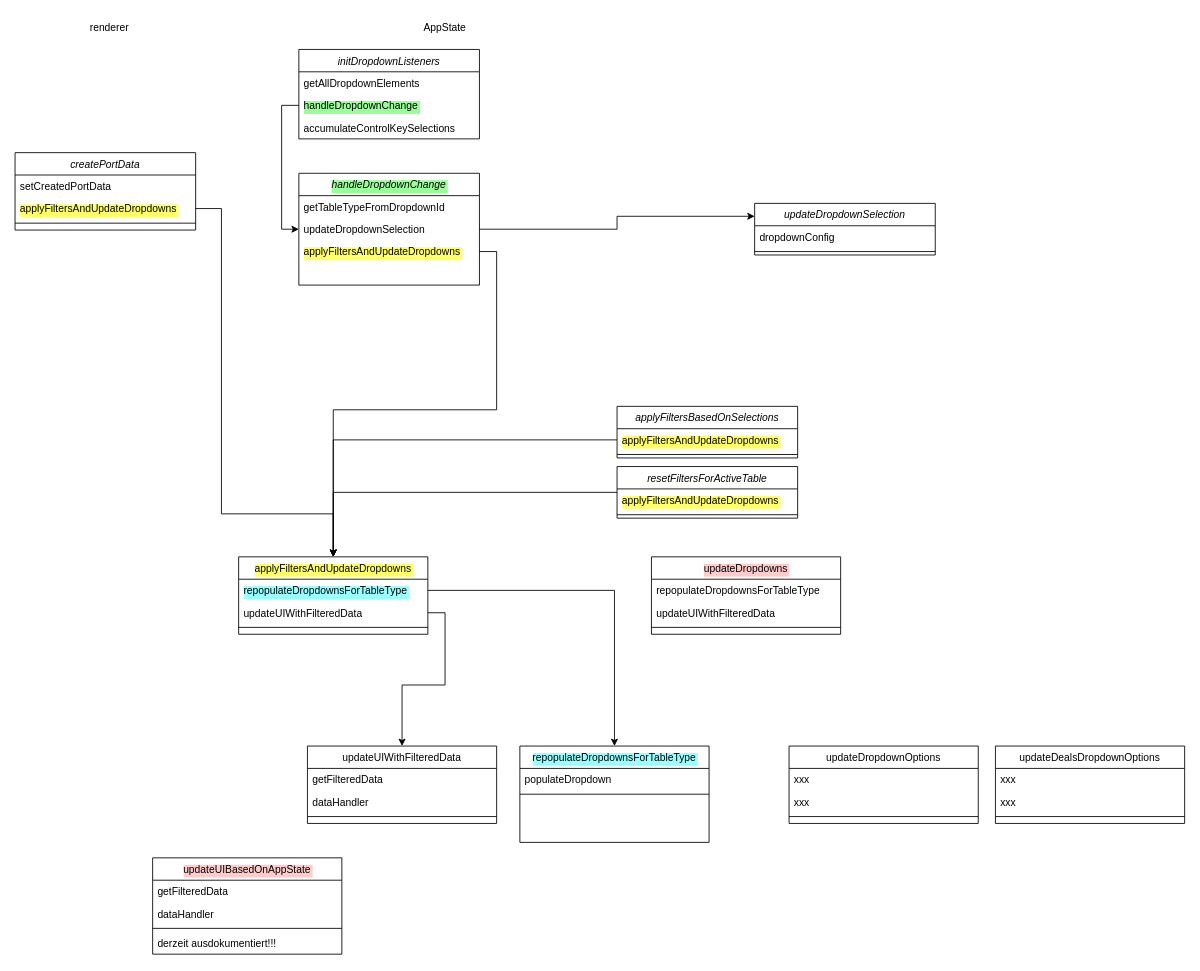
Earlier version of the draw.io diagram images/Unbenanntes Diagramm.drawio (ORE01/Dashboard). Source tidied: cells renumbered, new cells numbered last; positions are measured from the earlier drawing's top-left corner, leaving out a move shared by most shapes. Both pictures are drawn from the tidied source at 86%, with x=0, y=0 at pixel (15, 15).
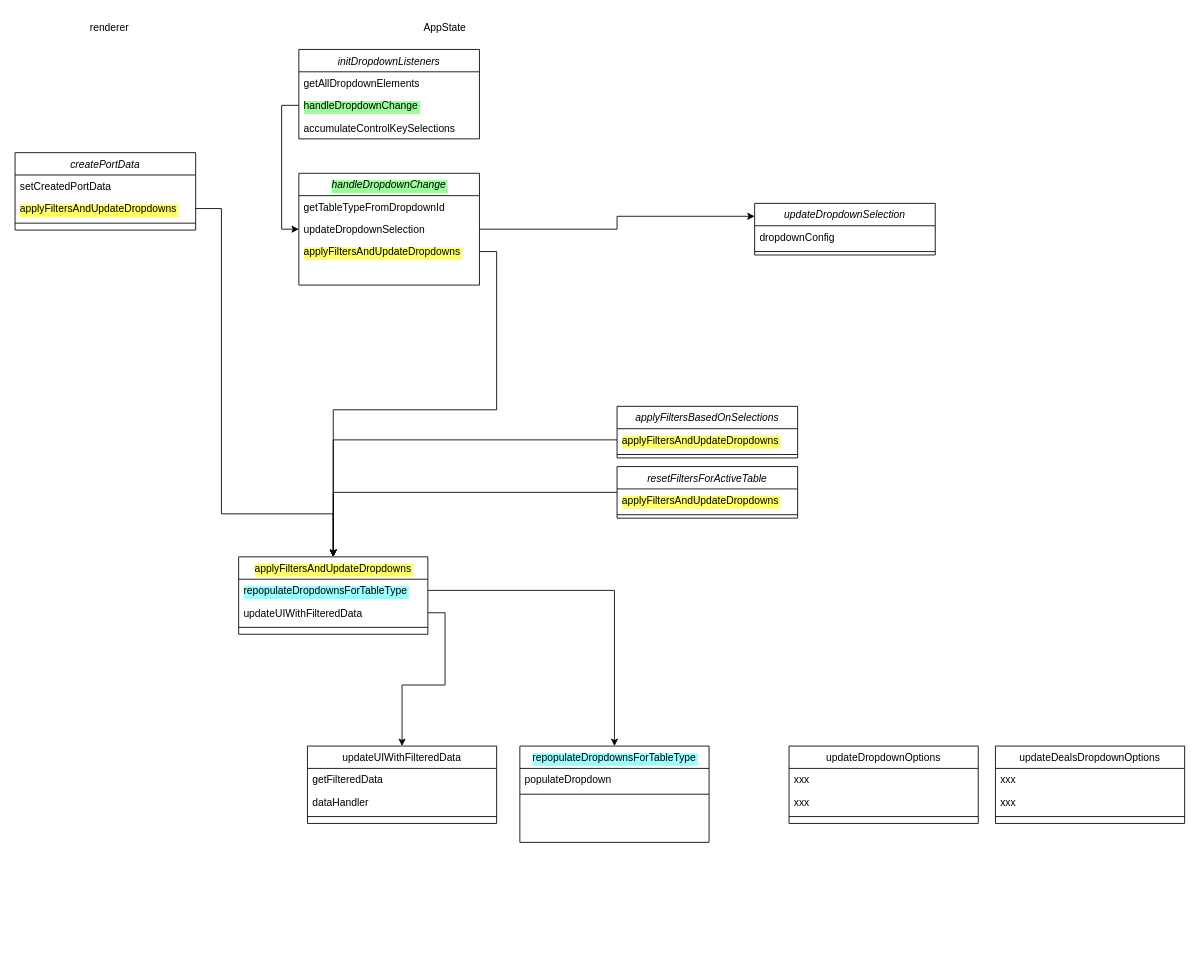
The same diagram, later.

The edit, as a diff of the source:
```diff
@@
-    <mxCell id="34" value="updateDropdowns" style="swimlane;fontStyle=0;align=center;verticalAlign=top;horizontal=1;startSize=26;rounded=0;shadow=0;strokeWidth=1;labelBackgroundColor=#FFCCCC;" parent="1" vertex="1">
-      <mxGeometry x="740" y="630" width="220" height="90" as="geometry" />
-    </mxCell>
-    <mxCell id="35" value="repopulateDropdownsForTableType" style="text;align=left;verticalAlign=top;spacingLeft=4;spacingRight=4;overflow=hidden;" parent="34" vertex="1">
-      <mxGeometry y="26" width="220" height="26" as="geometry" />
-    </mxCell>
-    <mxCell id="36" value="updateUIWithFilteredData" style="text;align=left;verticalAlign=top;spacingLeft=4;spacingRight=4;overflow=hidden;rounded=0;shadow=0;html=0;" parent="34" vertex="1">
-      <mxGeometry y="52" width="220" height="26" as="geometry" />
-    </mxCell>
-    <mxCell id="37" style="line;html=1;strokeWidth=1;align=left;verticalAlign=middle;spacingTop=-1;spacingLeft=3;spacingRight=3;labelPosition=right;" parent="34" vertex="1">
-      <mxGeometry y="78" width="220" height="8" as="geometry" />
-    </mxCell>
@@
-    <mxCell id="50" value="updateUIBasedOnAppState" style="swimlane;fontStyle=0;align=center;verticalAlign=top;horizontal=1;startSize=26;rounded=0;shadow=0;strokeWidth=1;labelBackgroundColor=#FFCCCC;" parent="1" vertex="1">
-      <mxGeometry x="160" y="980" width="220" height="112" as="geometry" />
-    </mxCell>
-    <mxCell id="51" value="getFilteredData" style="text;align=left;verticalAlign=top;spacingLeft=4;spacingRight=4;overflow=hidden;" parent="50" vertex="1">
-      <mxGeometry y="26" width="220" height="26" as="geometry" />
-    </mxCell>
-    <mxCell id="52" value="dataHandler" style="text;align=left;verticalAlign=top;spacingLeft=4;spacingRight=4;overflow=hidden;rounded=0;shadow=0;html=0;" parent="50" vertex="1">
-      <mxGeometry y="52" width="220" height="26" as="geometry" />
-    </mxCell>
-    <mxCell id="53" style="line;html=1;strokeWidth=1;align=left;verticalAlign=middle;spacingTop=-1;spacingLeft=3;spacingRight=3;labelPosition=right;" parent="50" vertex="1">
-      <mxGeometry y="78" width="220" height="8" as="geometry" />
-    </mxCell>
-    <mxCell id="54" value="derzeit ausdokumentiert!!!" style="text;align=left;verticalAlign=top;spacingLeft=4;spacingRight=4;overflow=hidden;rounded=0;shadow=0;html=0;" parent="50" vertex="1">
-      <mxGeometry y="86" width="220" height="26" as="geometry" />
-    </mxCell>
```
